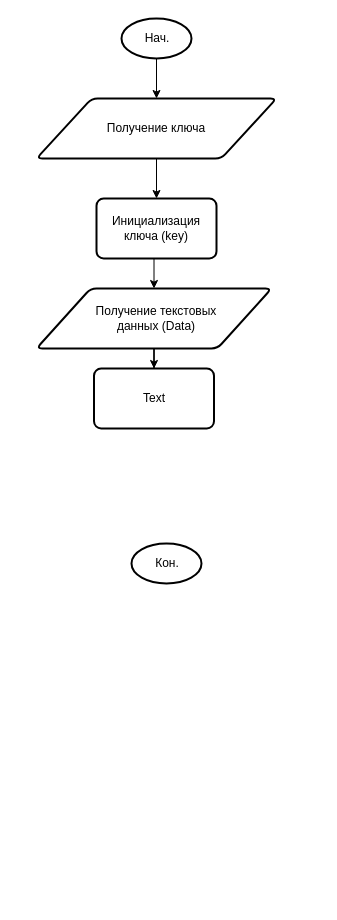
Before: Шифрование_дешифрованиеMD6.drawio in EvAnGEL0/databases, a draw.io diagram. Source tidied: cells renumbered, new cells numbered last; positions are measured from the earlier drawing's top-left corner, leaving out a move shared by most shapes. Both pictures are drawn from the tidied source at 100%, with x=0, y=0 at pixel (36, 18).
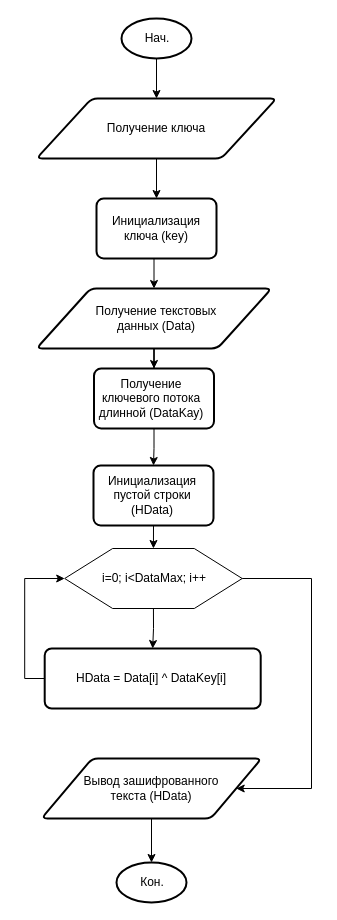
The same diagram, later.

Unchanged cells that the change refers to:
```xml
<mxCell id="3" style="strokeWidth=2;html=1;shape=mxgraph.flowchart.start_1;whiteSpace=wrap;" parent="2" vertex="1">
  <mxGeometry width="70" height="40" as="geometry" />
</mxCell>
<mxCell id="17" style="shape=parallelogram;html=1;strokeWidth=2;perimeter=parallelogramPerimeter;whiteSpace=wrap;rounded=1;arcSize=12;size=0.23;" parent="16" vertex="1">
  <mxGeometry width="235" height="60" as="geometry" />
</mxCell>
```

Change to the diagram source:
```diff
@@
     <mxCell id="2" style="group;" parent="1" vertex="1">
-      <mxGeometry x="95" y="525" width="70" height="40" as="geometry" />
+      <mxGeometry x="80" y="844" width="70" height="40" as="geometry" />
     </mxCell>
@@
+    <mxCell id="21" style="edgeStyle=orthogonalEdgeStyle;rounded=0;jettySize=auto;html=1;" parent="1" edge="1" source="17" target="20">
+      <mxGeometry relative="1" as="geometry" />
+    </mxCell>
+    <mxCell id="23" style="group;" parent="1" vertex="1">
+      <mxGeometry x="55" y="350" width="122.5" height="60" as="geometry" />
+    </mxCell>
-    <mxCell id="20" style="whiteSpace=wrap;html=1;strokeWidth=2;rounded=1;arcSize=12;" parent="1" vertex="1">
-      <mxGeometry x="57.5" y="350" width="120" height="60" as="geometry" />
+    <mxCell id="20" style="whiteSpace=wrap;html=1;strokeWidth=2;rounded=1;arcSize=12;" parent="23" vertex="1">
+      <mxGeometry x="2.5" width="120" height="60" as="geometry" />
     </mxCell>
-    <mxCell id="21" style="edgeStyle=orthogonalEdgeStyle;rounded=0;jettySize=auto;html=1;" parent="1" edge="1" source="17" target="20">
-      <mxGeometry relative="1" as="geometry" />
-    </mxCell>
-    <mxCell id="22" value="Text" style="text;html=1;whiteSpace=wrap;strokeColor=none;fillColor=none;align=center;verticalAlign=middle;rounded=0;" parent="1" vertex="1">
-      <mxGeometry x="87.5" y="365" width="60" height="30" as="geometry" />
+    <mxCell id="22" value="Получение ключевого потока длинной (DataKay)" style="text;html=1;whiteSpace=wrap;strokeColor=none;fillColor=none;align=center;verticalAlign=middle;rounded=0;" parent="23" vertex="1">
+      <mxGeometry y="15" width="120" height="30" as="geometry" />
     </mxCell>
+    <mxCell id="24" style="edgeStyle=orthogonalEdgeStyle;rounded=0;jettySize=auto;html=1;" parent="1" edge="1" source="20" target="26">
+      <mxGeometry relative="1" as="geometry" />
+    </mxCell>
+    <mxCell id="25" style="group;" parent="1" vertex="1">
+      <mxGeometry x="57" y="447" width="120" height="60" as="geometry" />
+    </mxCell>
+    <mxCell id="26" style="whiteSpace=wrap;html=1;strokeWidth=2;rounded=1;arcSize=12;" parent="25" vertex="1">
+      <mxGeometry width="120" height="60" as="geometry" />
+    </mxCell>
+    <mxCell id="27" value="Инициализация пустой строки (HData)" style="text;html=1;whiteSpace=wrap;strokeColor=none;fillColor=none;align=center;verticalAlign=middle;rounded=0;" parent="25" vertex="1">
+      <mxGeometry x="29.2" y="15" width="60" height="30" as="geometry" />
+    </mxCell>
+    <mxCell id="28" style="group;" parent="1" vertex="1">
+      <mxGeometry x="28.2" y="530" width="177.5" height="60" as="geometry" />
+    </mxCell>
+    <mxCell id="29" style="verticalLabelPosition=bottom;verticalAlign=top;html=1;shape=hexagon;perimeter=hexagonPerimeter2;arcSize=6;size=0.27;" parent="28" vertex="1">
+      <mxGeometry width="177.5" height="60" as="geometry" />
+    </mxCell>
+    <mxCell id="30" value="i=0; i&amp;lt;DataMax; i++" style="text;html=1;whiteSpace=wrap;strokeColor=none;fillColor=none;align=center;verticalAlign=middle;rounded=0;" parent="28" vertex="1">
+      <mxGeometry x="30" y="15" width="120" height="30" as="geometry" />
+    </mxCell>
+    <mxCell id="31" style="edgeStyle=orthogonalEdgeStyle;rounded=0;jettySize=auto;html=1;exitX=0.5;exitY=1;exitDx=0;exitDy=0;entryX=0.5;entryY=0;entryDx=0;entryDy=0;" parent="1" edge="1" source="26" target="29">
+      <mxGeometry relative="1" as="geometry" />
+    </mxCell>
+    <mxCell id="32" style="edgeStyle=orthogonalEdgeStyle;rounded=0;jettySize=auto;html=1;exitX=0;exitY=0.5;exitDx=0;exitDy=0;entryX=0;entryY=0.5;entryDx=0;entryDy=0;" parent="1" edge="1" source="33" target="29">
+      <mxGeometry relative="1" as="geometry" />
+    </mxCell>
+    <mxCell id="33" style="rounded=1;whiteSpace=wrap;html=1;absoluteArcSize=1;arcSize=14;strokeWidth=2;" parent="1" vertex="1">
+      <mxGeometry x="8.2" y="630" width="216" height="60" as="geometry" />
+    </mxCell>
+    <mxCell id="34" value="HData = Data[i] ^ DataKey[i]" style="text;html=1;whiteSpace=wrap;strokeColor=none;fillColor=none;align=center;verticalAlign=middle;rounded=0;" parent="1" vertex="1">
+      <mxGeometry x="25" y="645" width="180" height="30" as="geometry" />
+    </mxCell>
+    <mxCell id="35" style="edgeStyle=orthogonalEdgeStyle;rounded=0;jettySize=auto;html=1;exitX=0.5;exitY=1;exitDx=0;exitDy=0;entryX=0.5;entryY=0;entryDx=0;entryDy=0;" parent="1" edge="1" source="29" target="33">
+      <mxGeometry relative="1" as="geometry" />
+    </mxCell>
+    <mxCell id="36" style="shape=parallelogram;html=1;strokeWidth=2;perimeter=parallelogramPerimeter;whiteSpace=wrap;rounded=1;arcSize=12;size=0.23;" parent="1" vertex="1">
+      <mxGeometry x="5" y="740" width="220" height="60" as="geometry" />
+    </mxCell>
+    <mxCell id="37" style="edgeStyle=orthogonalEdgeStyle;rounded=0;jettySize=auto;html=1;exitX=1;exitY=0.5;exitDx=0;exitDy=0;entryX=1;entryY=0.5;entryDx=0;entryDy=0;" parent="1" edge="1" source="29" target="36">
+      <mxGeometry relative="1" as="geometry">
+        <Array as="points">
+          <mxPoint x="275" y="560" />
+          <mxPoint x="275" y="770" />
+        </Array>
+      </mxGeometry>
+    </mxCell>
+    <mxCell id="38" value="Вывод зашифрованного текста (HData)" style="text;html=1;whiteSpace=wrap;strokeColor=none;fillColor=none;align=center;verticalAlign=middle;rounded=0;" parent="1" vertex="1">
+      <mxGeometry x="45" y="755" width="140" height="30" as="geometry" />
+    </mxCell>
+    <mxCell id="39" style="edgeStyle=orthogonalEdgeStyle;rounded=0;jettySize=auto;html=1;exitX=0.5;exitY=1;exitDx=0;exitDy=0;entryX=0.5;entryY=0;entryDx=0;entryDy=0;entryPerimeter=0;" parent="1" edge="1" source="36" target="3">
+      <mxGeometry relative="1" as="geometry" />
+    </mxCell>
```
